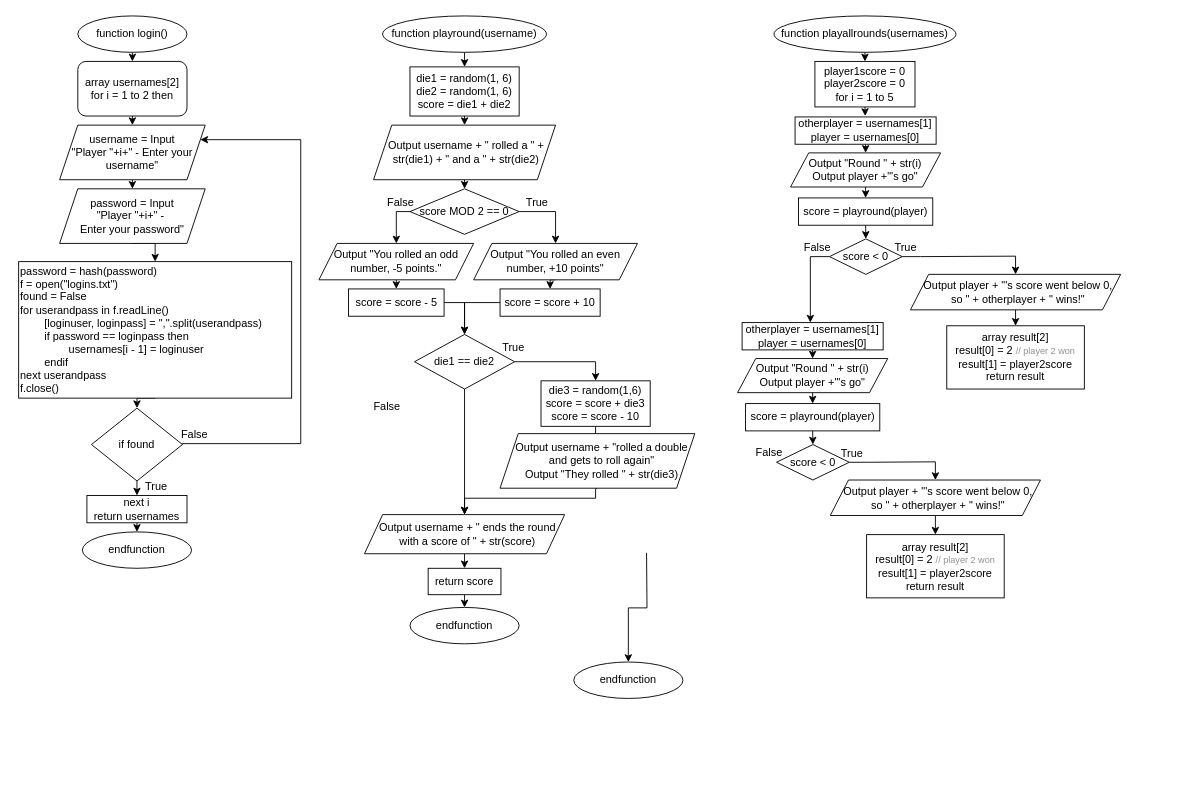
Before: flowchart.drawio in tpguy825/draw.io, a draw.io diagram. Source tidied: cells renumbered, new cells numbered last; positions are measured from the earlier drawing's top-left corner, leaving out a move shared by most shapes. Both pictures are drawn from the tidied source at 91%, with x=0, y=0 at pixel (18, 15).
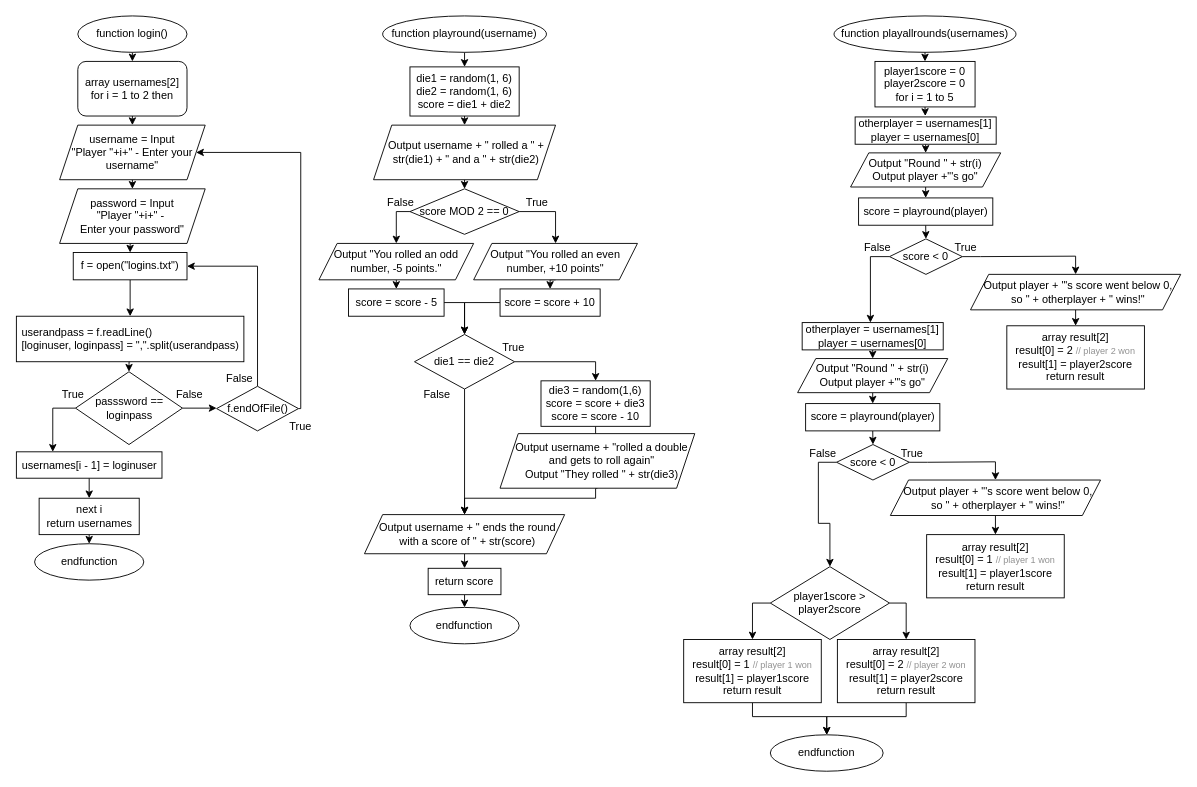
The same page after the edit.

Unchanged cells that the change refers to:
```xml
<mxCell id="7" value="username = Input&lt;br&gt;&quot;Player &quot;+i+&quot; - Enter your username&quot;" style="shape=parallelogram;perimeter=parallelogramPerimeter;whiteSpace=wrap;html=1;fixedSize=1;" parent="1" vertex="1">
  <mxGeometry x="45" y="120" width="160" height="60" as="geometry" />
</mxCell>
```

The edit, as a diff of the source:
```diff
@@
-    <mxCell id="10" style="edgeStyle=orthogonalEdgeStyle;rounded=0;jettySize=auto;html=1;exitX=0.5;exitY=1;exitDx=0;exitDy=0;entryX=0.5;entryY=0;entryDx=0;entryDy=0;" parent="1" edge="1" source="11" target="16">
-      <mxGeometry relative="1" as="geometry" />
-    </mxCell>
+    <mxCell id="93" style="edgeStyle=orthogonalEdgeStyle;rounded=0;jettySize=auto;html=1;exitX=0.5;exitY=1;exitDx=0;exitDy=0;entryX=0.5;entryY=0;entryDx=0;entryDy=0;" parent="1" edge="1" source="11" target="108">
+      <mxGeometry relative="1" as="geometry" />
+    </mxCell>
-    <mxCell id="11" value="&lt;div style=&quot;direction: ltr;&quot;&gt;&lt;span style=&quot;background-color: initial;&quot;&gt;password = hash(password)&lt;/span&gt;&lt;/div&gt;&lt;div style=&quot;direction: ltr;&quot;&gt;f = open(&quot;logins.txt&quot;)&lt;/div&gt;&lt;span style=&quot;white-space: pre;&quot;&gt;&lt;div style=&quot;direction: ltr;&quot;&gt;&lt;span style=&quot;background-color: initial; white-space: normal;&quot;&gt;found = False&lt;/span&gt;&lt;/div&gt;&lt;/span&gt;&lt;span style=&quot;white-space: pre;&quot;&gt;&lt;div style=&quot;direction: ltr;&quot;&gt;&lt;span style=&quot;background-color: initial; white-space: normal;&quot;&gt;for userandpass in f.readLine()&lt;/span&gt;&lt;/div&gt;&lt;/span&gt;&lt;span style=&quot;white-space: pre;&quot;&gt;&lt;div style=&quot;direction: ltr;&quot;&gt;&lt;span style=&quot;background-color: initial;&quot;&gt;&#9;&lt;/span&gt;&lt;span style=&quot;background-color: initial; white-space: normal;&quot;&gt;[loginuser, loginpass] = &quot;,&quot;.split(userandpass)&lt;/span&gt;&lt;/div&gt;&lt;/span&gt;&lt;span style=&quot;white-space: pre;&quot;&gt;&lt;div style=&quot;direction: ltr;&quot;&gt;&lt;span style=&quot;background-color: initial;&quot;&gt;&#9;&lt;/span&gt;if password == loginpass then&lt;/div&gt;&lt;div style=&quot;direction: ltr;&quot;&gt;&lt;span style=&quot;background-color: initial; white-space: normal;&quot;&gt;&lt;span style=&quot;white-space: pre;&quot;&gt;&#9;&lt;/span&gt;&lt;span style=&quot;white-space: pre;&quot;&gt;&#9;&lt;/span&gt;usernames[i - 1] = loginuser&lt;/span&gt;&lt;/div&gt;&lt;div style=&quot;direction: ltr;&quot;&gt;&lt;span style=&quot;background-color: initial; white-space: normal;&quot;&gt;&lt;span style=&quot;white-space: pre;&quot;&gt;&#9;&lt;/span&gt;endif&lt;br&gt;&lt;/span&gt;&lt;/div&gt;&lt;/span&gt;&lt;span style=&quot;white-space: pre;&quot;&gt;&lt;div style=&quot;direction: ltr;&quot;&gt;&lt;span style=&quot;background-color: initial; white-space: normal;&quot;&gt;next userandpass&lt;/span&gt;&lt;/div&gt;&lt;div style=&quot;direction: ltr;&quot;&gt;&lt;span style=&quot;background-color: initial; white-space: normal;&quot;&gt;f.close()&lt;/span&gt;&lt;/div&gt;&lt;/span&gt;" style="rounded=0;whiteSpace=wrap;html=1;align=left;" parent="1" vertex="1">
-      <mxGeometry y="270" width="300" height="150" as="geometry" />
+    <mxCell id="11" value="&lt;div style=&quot;direction: ltr;&quot;&gt;&lt;span style=&quot;background-color: initial;&quot;&gt;f = open(&quot;logins.txt&quot;)&lt;/span&gt;&lt;/div&gt;" style="rounded=0;whiteSpace=wrap;html=1;align=center;" parent="1" vertex="1">
+      <mxGeometry x="60" y="260" width="125" height="30" as="geometry" />
     </mxCell>
@@
     <mxCell id="13" value="next i&lt;br&gt;return usernames" style="rounded=0;whiteSpace=wrap;html=1;" parent="1" vertex="1">
-      <mxGeometry x="75" y="527" width="110" height="30" as="geometry" />
+      <mxGeometry x="22.5" y="530" width="110" height="40" as="geometry" />
     </mxCell>
     <mxCell id="14" value="endfunction" style="ellipse;whiteSpace=wrap;html=1;" parent="1" vertex="1">
-      <mxGeometry x="70" y="567" width="120" height="40" as="geometry" />
+      <mxGeometry x="17.5" y="580" width="120" height="40" as="geometry" />
     </mxCell>
-    <mxCell id="15" style="edgeStyle=orthogonalEdgeStyle;rounded=0;jettySize=auto;html=1;exitX=0.5;exitY=1;exitDx=0;exitDy=0;entryX=0.5;entryY=0;entryDx=0;entryDy=0;" parent="1" edge="1" source="16" target="13">
-      <mxGeometry relative="1" as="geometry" />
-    </mxCell>
-    <mxCell id="16" value="if found" style="rhombus;whiteSpace=wrap;html=1;" parent="1" vertex="1">
-      <mxGeometry x="80" y="431" width="100" height="80" as="geometry" />
-    </mxCell>
-    <mxCell id="17" style="edgeStyle=orthogonalEdgeStyle;rounded=0;jettySize=auto;html=1;exitX=1;exitY=0.5;exitDx=0;exitDy=0;entryX=1;entryY=0.25;entryDx=0;entryDy=0;" parent="1" edge="1" source="16" target="7">
-      <mxGeometry relative="1" as="geometry">
-        <Array as="points">
-          <mxPoint x="310" y="470" />
-          <mxPoint x="310" y="136" />
-        </Array>
-      </mxGeometry>
-    </mxCell>
-    <mxCell id="18" value="False" style="text;html=1;align=center;verticalAlign=middle;strokeColor=none;fillColor=none;" parent="1" vertex="1">
-      <mxGeometry x="168" y="445" width="50" height="30" as="geometry" />
-    </mxCell>
-    <mxCell id="19" value="True" style="text;html=1;align=center;verticalAlign=middle;strokeColor=none;fillColor=none;" parent="1" vertex="1">
-      <mxGeometry x="126" y="503" width="50" height="30" as="geometry" />
-    </mxCell>
@@
     <mxCell id="53" value="False" style="text;html=1;strokeColor=none;fillColor=none;align=center;verticalAlign=middle;whiteSpace=wrap;rounded=0;" parent="1" vertex="1">
-      <mxGeometry x="375" y="415" width="60" height="30" as="geometry" />
+      <mxGeometry x="430" y="401" width="60" height="30" as="geometry" />
     </mxCell>
@@
     <mxCell id="59" value="function playallrounds(usernames)" style="ellipse;whiteSpace=wrap;html=1;" parent="1" vertex="1">
-      <mxGeometry x="830" width="200" height="40" as="geometry" />
+      <mxGeometry x="896" width="200" height="40" as="geometry" />
     </mxCell>
     <mxCell id="60" value="endfunction" style="ellipse;whiteSpace=wrap;html=1;" parent="1" vertex="1">
-      <mxGeometry x="610" y="710" width="120" height="40" as="geometry" />
+      <mxGeometry x="826" y="790" width="124" height="40" as="geometry" />
     </mxCell>
     <mxCell id="61" style="edgeStyle=orthogonalEdgeStyle;rounded=0;jettySize=auto;html=1;exitX=0.5;exitY=1;exitDx=0;exitDy=0;entryX=0.5;entryY=0;entryDx=0;entryDy=0;" parent="1" edge="1" target="66">
       <mxGeometry relative="1" as="geometry">
-        <mxPoint x="931" y="111" as="sourcePoint" />
+        <mxPoint x="997" y="111" as="sourcePoint" />
       </mxGeometry>
     </mxCell>
     <mxCell id="62" style="edgeStyle=orthogonalEdgeStyle;rounded=0;jettySize=auto;html=1;exitX=0.5;exitY=1;exitDx=0;exitDy=0;" parent="1" edge="1" source="63">
       <mxGeometry relative="1" as="geometry">
-        <mxPoint x="930.3" y="110" as="targetPoint" />
+        <mxPoint x="996.3" y="110" as="targetPoint" />
       </mxGeometry>
     </mxCell>
     <mxCell id="63" value="player1score = 0&lt;br&gt;player2score = 0&lt;br&gt;for i = 1 to 5" style="rounded=0;whiteSpace=wrap;html=1;" parent="1" vertex="1">
-      <mxGeometry x="875" y="50" width="110" height="50" as="geometry" />
+      <mxGeometry x="941" y="50" width="110" height="50" as="geometry" />
     </mxCell>
-    <mxCell id="64" style="edgeStyle=orthogonalEdgeStyle;rounded=0;jettySize=auto;html=1;entryX=0.5;entryY=0;entryDx=0;entryDy=0;" parent="1" edge="1" target="60">
-      <mxGeometry relative="1" as="geometry">
-        <mxPoint x="690" y="590" as="sourcePoint" />
-      </mxGeometry>
-    </mxCell>
@@
     <mxCell id="66" value="otherplayer = usernames[1]&lt;br&gt;player = usernames[0]" style="rounded=0;whiteSpace=wrap;html=1;align=center;" parent="1" vertex="1">
-      <mxGeometry x="853.2" y="111" width="155" height="30" as="geometry" />
+      <mxGeometry x="919.2" y="111" width="155" height="30" as="geometry" />
     </mxCell>
@@
     <mxCell id="68" value="Output &quot;Round &quot; + str(i)&lt;br&gt;Output player +&quot;'s go&quot;" style="shape=parallelogram;perimeter=parallelogramPerimeter;whiteSpace=wrap;html=1;fixedSize=1;rounded=0;" parent="1" vertex="1">
-      <mxGeometry x="848.2" y="150.5" width="165" height="37.5" as="geometry" />
+      <mxGeometry x="914.2" y="150.5" width="165" height="37.5" as="geometry" />
     </mxCell>
@@
     <mxCell id="70" value="score = playround(player)" style="whiteSpace=wrap;html=1;rounded=0;" parent="1" vertex="1">
-      <mxGeometry x="857" y="200" width="147.5" height="30" as="geometry" />
+      <mxGeometry x="923" y="200" width="147.5" height="30" as="geometry" />
     </mxCell>
@@
     <mxCell id="72" style="edgeStyle=orthogonalEdgeStyle;rounded=0;jettySize=auto;html=1;exitX=0;exitY=0.5;exitDx=0;exitDy=0;" parent="1" edge="1" source="73" target="81">
       <mxGeometry relative="1" as="geometry">
         <Array as="points">
-          <mxPoint x="870" y="265" />
+          <mxPoint x="936" y="265" />
         </Array>
       </mxGeometry>
     </mxCell>
     <mxCell id="73" value="score &amp;lt; 0" style="rhombus;whiteSpace=wrap;html=1;" parent="1" vertex="1">
-      <mxGeometry x="891" y="245" width="80" height="39" as="geometry" />
+      <mxGeometry x="957" y="245" width="80" height="39" as="geometry" />
     </mxCell>
@@
     <mxCell id="75" value="Output player + &quot;'s score went below 0, so &quot; + otherplayer + &quot; wins!&quot;" style="shape=parallelogram;perimeter=parallelogramPerimeter;whiteSpace=wrap;html=1;fixedSize=1;spacingLeft=6;" parent="1" vertex="1">
-      <mxGeometry x="980" y="284" width="231" height="39" as="geometry" />
+      <mxGeometry x="1046" y="284" width="231" height="39" as="geometry" />
     </mxCell>
     <mxCell id="76" value="array result[2]&lt;br&gt;result[0] = 2 &lt;font color=&quot;#919191&quot; style=&quot;font-size: 10px;&quot;&gt;// player 2 won&lt;/font&gt;&lt;br&gt;result[1] = player2score&lt;br&gt;return result" style="rounded=0;whiteSpace=wrap;html=1;" parent="1" vertex="1">
-      <mxGeometry x="1019.9" y="340.5" width="151.2" height="69.5" as="geometry" />
+      <mxGeometry x="1085.9" y="340.5" width="151.2" height="69.5" as="geometry" />
     </mxCell>
     <mxCell id="77" value="True" style="text;html=1;strokeColor=none;fillColor=none;align=center;verticalAlign=middle;whiteSpace=wrap;rounded=0;" parent="1" vertex="1">
-      <mxGeometry x="944.5" y="240" width="60" height="30" as="geometry" />
+      <mxGeometry x="1010.5" y="240" width="60" height="30" as="geometry" />
     </mxCell>
     <mxCell id="78" value="False" style="text;html=1;strokeColor=none;fillColor=none;align=center;verticalAlign=middle;whiteSpace=wrap;rounded=0;" parent="1" vertex="1">
-      <mxGeometry x="848.2" y="240" width="60" height="30" as="geometry" />
+      <mxGeometry x="914.2" y="240" width="60" height="30" as="geometry" />
     </mxCell>
     <mxCell id="79" style="edgeStyle=orthogonalEdgeStyle;rounded=0;jettySize=auto;html=1;exitX=0.5;exitY=1;exitDx=0;exitDy=0;entryX=0.5;entryY=0;entryDx=0;entryDy=0;" parent="1" edge="1" target="81">
       <mxGeometry relative="1" as="geometry">
-        <mxPoint x="872.8" y="337" as="sourcePoint" />
+        <mxPoint x="938.8" y="337" as="sourcePoint" />
       </mxGeometry>
     </mxCell>
@@
     <mxCell id="81" value="otherplayer = usernames[1]&lt;br&gt;player = usernames[0]" style="rounded=0;whiteSpace=wrap;html=1;align=center;" parent="1" vertex="1">
-      <mxGeometry x="795" y="337" width="155" height="30" as="geometry" />
+      <mxGeometry x="861" y="337" width="155" height="30" as="geometry" />
     </mxCell>
@@
     <mxCell id="83" value="Output &quot;Round &quot; + str(i)&lt;br&gt;Output player +&quot;'s go&quot;" style="shape=parallelogram;perimeter=parallelogramPerimeter;whiteSpace=wrap;html=1;fixedSize=1;rounded=0;" parent="1" vertex="1">
-      <mxGeometry x="790" y="376.5" width="165" height="37.5" as="geometry" />
+      <mxGeometry x="856" y="376.5" width="165" height="37.5" as="geometry" />
     </mxCell>
@@
     <mxCell id="85" value="score = playround(player)" style="whiteSpace=wrap;html=1;rounded=0;" parent="1" vertex="1">
-      <mxGeometry x="798.8" y="426" width="147.5" height="30" as="geometry" />
+      <mxGeometry x="864.8" y="426" width="147.5" height="30" as="geometry" />
     </mxCell>
@@
+    <mxCell id="94" style="edgeStyle=orthogonalEdgeStyle;rounded=0;jettySize=auto;html=1;exitX=0;exitY=0.5;exitDx=0;exitDy=0;" parent="1" edge="1" source="87" target="97">
+      <mxGeometry relative="1" as="geometry" />
+    </mxCell>
     <mxCell id="87" value="score &amp;lt; 0" style="rhombus;whiteSpace=wrap;html=1;" parent="1" vertex="1">
-      <mxGeometry x="832.8" y="471" width="80" height="39" as="geometry" />
+      <mxGeometry x="898.8" y="471" width="80" height="39" as="geometry" />
     </mxCell>
@@
     <mxCell id="89" value="Output player + &quot;'s score went below 0, so &quot; + otherplayer + &quot; wins!&quot;" style="shape=parallelogram;perimeter=parallelogramPerimeter;whiteSpace=wrap;html=1;fixedSize=1;spacingLeft=6;" parent="1" vertex="1">
-      <mxGeometry x="891.9" y="510" width="231" height="39" as="geometry" />
+      <mxGeometry x="957.9" y="510" width="231" height="39" as="geometry" />
     </mxCell>
-    <mxCell id="90" value="array result[2]&lt;br&gt;result[0] = 2 &lt;font color=&quot;#919191&quot; style=&quot;font-size: 10px;&quot;&gt;// player 2 won&lt;/font&gt;&lt;br&gt;result[1] = player2score&lt;br&gt;return result" style="rounded=0;whiteSpace=wrap;html=1;" parent="1" vertex="1">
-      <mxGeometry x="931.8" y="570" width="151.2" height="69.5" as="geometry" />
+    <mxCell id="90" value="array result[2]&lt;br&gt;result[0] = 1&amp;nbsp;&lt;font color=&quot;#919191&quot; style=&quot;font-size: 10px;&quot;&gt;// player 1 won&lt;/font&gt;&lt;br&gt;result[1] = player1score&lt;br&gt;return result" style="rounded=0;whiteSpace=wrap;html=1;" parent="1" vertex="1">
+      <mxGeometry x="997.8" y="570" width="151.2" height="69.5" as="geometry" />
     </mxCell>
     <mxCell id="91" value="True" style="text;html=1;strokeColor=none;fillColor=none;align=center;verticalAlign=middle;whiteSpace=wrap;rounded=0;" parent="1" vertex="1">
-      <mxGeometry x="886.2" y="466" width="60" height="30" as="geometry" />
+      <mxGeometry x="952.2" y="466" width="60" height="30" as="geometry" />
     </mxCell>
     <mxCell id="92" value="False" style="text;html=1;strokeColor=none;fillColor=none;align=center;verticalAlign=middle;whiteSpace=wrap;rounded=0;" parent="1" vertex="1">
-      <mxGeometry x="795" y="465" width="60" height="30" as="geometry" />
+      <mxGeometry x="854.2" y="466" width="60" height="30" as="geometry" />
     </mxCell>
+    <mxCell id="95" style="edgeStyle=orthogonalEdgeStyle;rounded=0;jettySize=auto;html=1;exitX=0;exitY=0.5;exitDx=0;exitDy=0;entryX=0.5;entryY=0;entryDx=0;entryDy=0;" parent="1" edge="1" source="97" target="99">
+      <mxGeometry relative="1" as="geometry">
+        <Array as="points">
+          <mxPoint x="806" y="645.2" />
+        </Array>
+      </mxGeometry>
+    </mxCell>
+    <mxCell id="96" style="edgeStyle=orthogonalEdgeStyle;rounded=0;jettySize=auto;html=1;exitX=1;exitY=0.5;exitDx=0;exitDy=0;entryX=0.5;entryY=0;entryDx=0;entryDy=0;" parent="1" edge="1" source="97" target="101">
+      <mxGeometry relative="1" as="geometry">
+        <Array as="points">
+          <mxPoint x="975" y="645.2" />
+        </Array>
+      </mxGeometry>
+    </mxCell>
+    <mxCell id="97" value="player1score &amp;gt; player2score" style="rhombus;whiteSpace=wrap;html=1;" parent="1" vertex="1">
+      <mxGeometry x="826" y="605.2" width="131" height="80" as="geometry" />
+    </mxCell>
+    <mxCell id="98" style="edgeStyle=orthogonalEdgeStyle;rounded=0;jettySize=auto;html=1;exitX=0.5;exitY=1;exitDx=0;exitDy=0;entryX=0.5;entryY=0;entryDx=0;entryDy=0;" parent="1" edge="1" source="99" target="60">
+      <mxGeometry relative="1" as="geometry">
+        <Array as="points">
+          <mxPoint x="806" y="770" />
+          <mxPoint x="888" y="770" />
+        </Array>
+      </mxGeometry>
+    </mxCell>
+    <mxCell id="99" value="array result[2]&lt;br&gt;result[0] = 1&amp;nbsp;&lt;font color=&quot;#919191&quot; style=&quot;font-size: 10px;&quot;&gt;// player 1 won&lt;/font&gt;&lt;br&gt;result[1] = player1score&lt;br&gt;return result" style="rounded=0;whiteSpace=wrap;html=1;" parent="1" vertex="1">
+      <mxGeometry x="730.8" y="685.2" width="151.2" height="69.5" as="geometry" />
+    </mxCell>
+    <mxCell id="100" style="edgeStyle=orthogonalEdgeStyle;rounded=0;jettySize=auto;html=1;exitX=0.5;exitY=1;exitDx=0;exitDy=0;entryX=0.5;entryY=0;entryDx=0;entryDy=0;" parent="1" edge="1" source="101" target="60">
+      <mxGeometry relative="1" as="geometry">
+        <Array as="points">
+          <mxPoint x="975" y="770" />
+          <mxPoint x="888" y="770" />
+        </Array>
+      </mxGeometry>
+    </mxCell>
+    <mxCell id="101" value="array result[2]&lt;br&gt;result[0] = 2 &lt;font color=&quot;#919191&quot; style=&quot;font-size: 10px;&quot;&gt;// player 2 won&lt;/font&gt;&lt;br&gt;result[1] = player2score&lt;br&gt;return result" style="rounded=0;whiteSpace=wrap;html=1;" parent="1" vertex="1">
+      <mxGeometry x="899.7" y="685.2" width="151.2" height="69.5" as="geometry" />
+    </mxCell>
+    <mxCell id="102" style="edgeStyle=orthogonalEdgeStyle;rounded=0;jettySize=auto;html=1;exitX=0;exitY=0.5;exitDx=0;exitDy=0;entryX=0.25;entryY=0;entryDx=0;entryDy=0;" parent="1" edge="1" source="104" target="106">
+      <mxGeometry relative="1" as="geometry">
+        <Array as="points">
+          <mxPoint x="37.5" y="431" />
+        </Array>
+      </mxGeometry>
+    </mxCell>
+    <mxCell id="103" style="edgeStyle=orthogonalEdgeStyle;rounded=0;jettySize=auto;html=1;exitX=1;exitY=0.5;exitDx=0;exitDy=0;entryX=0;entryY=0.5;entryDx=0;entryDy=0;" parent="1" edge="1" source="104" target="112">
+      <mxGeometry relative="1" as="geometry" />
+    </mxCell>
+    <mxCell id="104" value="passsword == loginpass" style="rhombus;whiteSpace=wrap;html=1;" parent="1" vertex="1">
+      <mxGeometry x="62.5" y="391" width="117.5" height="80" as="geometry" />
+    </mxCell>
+    <mxCell id="105" style="edgeStyle=orthogonalEdgeStyle;rounded=0;jettySize=auto;html=1;exitX=0.5;exitY=1;exitDx=0;exitDy=0;entryX=0.5;entryY=0;entryDx=0;entryDy=0;" parent="1" edge="1" source="106" target="13">
+      <mxGeometry relative="1" as="geometry" />
+    </mxCell>
+    <mxCell id="106" value="usernames[i - 1] = loginuser" style="rounded=0;whiteSpace=wrap;html=1;" parent="1" vertex="1">
+      <mxGeometry x="-2.5" y="479" width="160" height="29" as="geometry" />
+    </mxCell>
+    <mxCell id="107" style="edgeStyle=orthogonalEdgeStyle;rounded=0;jettySize=auto;html=1;exitX=0.5;exitY=1;exitDx=0;exitDy=0;entryX=0.5;entryY=0;entryDx=0;entryDy=0;" parent="1" edge="1" source="108" target="104">
+      <mxGeometry relative="1" as="geometry" />
+    </mxCell>
+    <mxCell id="108" value="&lt;div style=&quot;border-color: var(--border-color); direction: ltr;&quot;&gt;&lt;/div&gt;&lt;span style=&quot;border-color: var(--border-color); text-align: left;&quot;&gt;&lt;/span&gt;&lt;span style=&quot;border-color: var(--border-color); text-align: left;&quot;&gt;&lt;div style=&quot;border-color: var(--border-color); direction: ltr;&quot;&gt;&lt;span style=&quot;border-color: var(--border-color); background-color: initial;&quot;&gt;userandpass = f.readLine()&lt;/span&gt;&lt;/div&gt;&lt;div style=&quot;border-color: var(--border-color); direction: ltr;&quot;&gt;&lt;span style=&quot;border-color: var(--border-color); background-color: initial;&quot;&gt;[loginuser, loginpass] = &quot;,&quot;.split(userandpass)&lt;/span&gt;&lt;/div&gt;&lt;/span&gt;" style="rounded=0;whiteSpace=wrap;html=1;" parent="1" vertex="1">
+      <mxGeometry x="-2.5" y="330" width="250" height="50" as="geometry" />
+    </mxCell>
+    <mxCell id="109" value="False" style="text;html=1;strokeColor=none;fillColor=none;align=center;verticalAlign=middle;whiteSpace=wrap;rounded=0;" parent="1" vertex="1">
+      <mxGeometry x="157.5" y="401" width="60" height="30" as="geometry" />
+    </mxCell>
+    <mxCell id="110" style="edgeStyle=orthogonalEdgeStyle;rounded=0;jettySize=auto;html=1;exitX=0.5;exitY=0;exitDx=0;exitDy=0;entryX=1;entryY=0.5;entryDx=0;entryDy=0;" parent="1" edge="1" source="112" target="11">
+      <mxGeometry relative="1" as="geometry" />
+    </mxCell>
+    <mxCell id="111" style="edgeStyle=orthogonalEdgeStyle;rounded=0;jettySize=auto;html=1;exitX=1;exitY=0.5;exitDx=0;exitDy=0;entryX=1;entryY=0.5;entryDx=0;entryDy=0;" parent="1" edge="1" source="112" target="7">
+      <mxGeometry relative="1" as="geometry">
+        <Array as="points">
+          <mxPoint x="310" y="431" />
+          <mxPoint x="310" y="150" />
+        </Array>
+      </mxGeometry>
+    </mxCell>
+    <mxCell id="112" value="f.endOfFile()" style="rhombus;whiteSpace=wrap;html=1;" parent="1" vertex="1">
+      <mxGeometry x="217.5" y="407" width="90" height="49" as="geometry" />
+    </mxCell>
+    <mxCell id="113" value="False" style="text;html=1;strokeColor=none;fillColor=none;align=center;verticalAlign=middle;whiteSpace=wrap;rounded=0;" parent="1" vertex="1">
+      <mxGeometry x="212.5" y="384.2" width="60" height="30" as="geometry" />
+    </mxCell>
+    <mxCell id="114" value="True" style="text;html=1;strokeColor=none;fillColor=none;align=center;verticalAlign=middle;whiteSpace=wrap;rounded=0;" parent="1" vertex="1">
+      <mxGeometry x="280" y="436" width="60" height="30" as="geometry" />
+    </mxCell>
+    <mxCell id="115" value="True" style="text;html=1;strokeColor=none;fillColor=none;align=center;verticalAlign=middle;whiteSpace=wrap;rounded=0;" parent="1" vertex="1">
+      <mxGeometry x="30" y="401" width="60" height="30" as="geometry" />
+    </mxCell>
```
